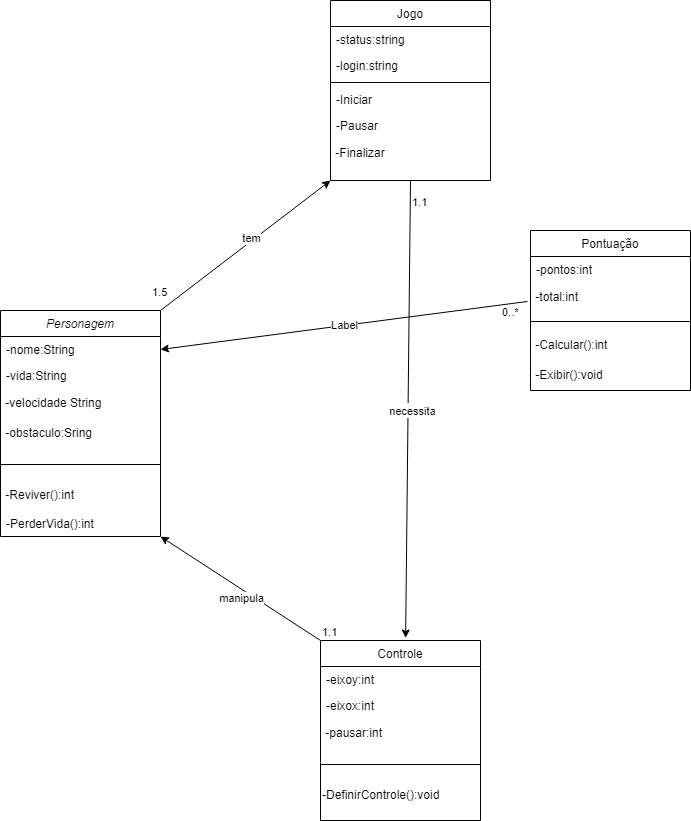
The draw.io diagram jogo.drawio.png in RuanPSilva/DiagramasLP_DJW, before a commit. Source tidied: cells renumbered, new cells last; positions are measured from the earlier drawing's top-left corner, leaving out a move shared by most shapes.
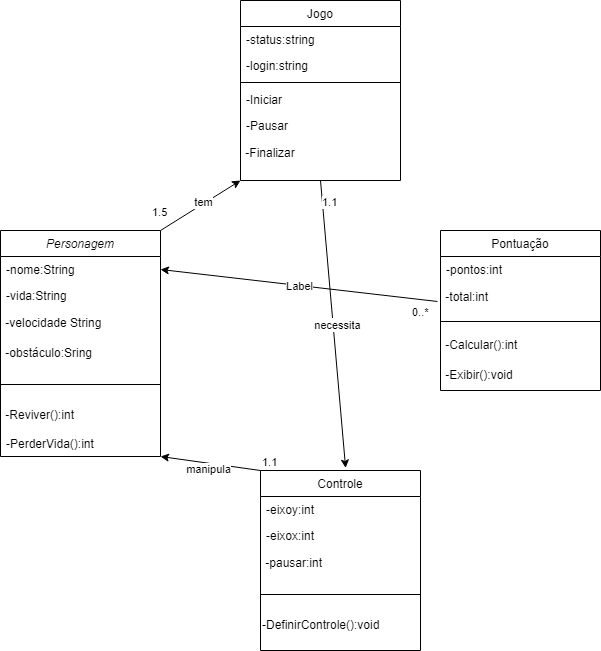
Above is the later version.

Change to the diagram source:
```diff
@@ -3,7 +3,7 @@
     <mxCell id="0" />
     <mxCell id="1" parent="0" />
     <mxCell id="2" value="Personagem" style="swimlane;fontStyle=2;align=center;verticalAlign=top;horizontal=1;startSize=26;rounded=0;shadow=0;strokeWidth=1;" parent="1" vertex="1">
-      <mxGeometry y="310" width="160" height="226" as="geometry" />
+      <mxGeometry x="60" y="240" width="160" height="226" as="geometry" />
     </mxCell>
     <mxCell id="3" value="-nome:String" style="text;align=left;verticalAlign=top;spacingLeft=4;spacingRight=4;overflow=hidden;points=[[0,0.5],[1,0.5]];portConstraint=eastwest;rounded=0;shadow=0;html=0;" parent="2" vertex="1">
       <mxGeometry y="26" width="160" height="26" as="geometry" />
@@ -14,7 +14,7 @@
     <mxCell id="5" value="&amp;nbsp;-velocidade String" style="text;html=1;align=left;verticalAlign=middle;strokeColor=none;fillColor=none;" parent="2" vertex="1">
       <mxGeometry y="78" width="160" height="30" as="geometry" />
     </mxCell>
-    <mxCell id="6" value="&amp;nbsp;-obstaculo:Sring" style="text;html=1;align=left;verticalAlign=middle;strokeColor=none;fillColor=none;" parent="2" vertex="1">
+    <mxCell id="6" value="&amp;nbsp;-obstáculo:Sring" style="text;html=1;align=left;verticalAlign=middle;strokeColor=none;fillColor=none;" parent="2" vertex="1">
       <mxGeometry y="108" width="160" height="30" as="geometry" />
     </mxCell>
     <mxCell id="7" style="line;html=1;strokeWidth=1;align=left;verticalAlign=middle;spacingTop=-1;spacingLeft=3;spacingRight=3;labelPosition=right;" parent="2" vertex="1">
@@ -27,7 +27,7 @@
       <mxGeometry y="200" width="160" height="26" as="geometry" />
     </mxCell>
     <mxCell id="10" value="Controle" style="swimlane;fontStyle=0;align=center;verticalAlign=top;horizontal=1;startSize=26;rounded=0;shadow=0;strokeWidth=1;" parent="1" vertex="1">
-      <mxGeometry x="320" y="640" width="160" height="180" as="geometry" />
+      <mxGeometry x="320" y="480" width="160" height="180" as="geometry" />
     </mxCell>
     <mxCell id="11" value="-eixoy:int" style="text;align=left;verticalAlign=top;spacingLeft=4;spacingRight=4;overflow=hidden;" parent="10" vertex="1">
       <mxGeometry y="26" width="160" height="26" as="geometry" />
@@ -45,7 +45,7 @@
       <mxGeometry y="140" width="160" height="30" as="geometry" />
     </mxCell>
     <mxCell id="16" value="Pontuação" style="swimlane;fontStyle=0;align=center;verticalAlign=top;horizontal=1;startSize=26;rounded=0;shadow=0;strokeWidth=1;" parent="1" vertex="1">
-      <mxGeometry x="530" y="230" width="160" height="160" as="geometry" />
+      <mxGeometry x="500" y="240" width="160" height="160" as="geometry" />
     </mxCell>
     <mxCell id="17" value="-pontos:int" style="text;align=left;verticalAlign=top;spacingLeft=4;spacingRight=4;overflow=hidden;" parent="16" vertex="1">
       <mxGeometry y="26" width="160" height="26" as="geometry" />
@@ -63,7 +63,7 @@
       <mxGeometry y="130" width="160" height="30" as="geometry" />
     </mxCell>
     <mxCell id="22" value="Jogo" style="swimlane;fontStyle=0;align=center;verticalAlign=top;horizontal=1;startSize=26;rounded=0;shadow=0;strokeWidth=1;" parent="1" vertex="1">
-      <mxGeometry x="330" width="160" height="180" as="geometry" />
+      <mxGeometry x="300" y="10" width="160" height="180" as="geometry" />
     </mxCell>
     <mxCell id="23" value="-status:string" style="text;align=left;verticalAlign=top;spacingLeft=4;spacingRight=4;overflow=hidden;rounded=0;shadow=0;html=0;" parent="22" vertex="1">
       <mxGeometry y="26" width="160" height="26" as="geometry" />
```
